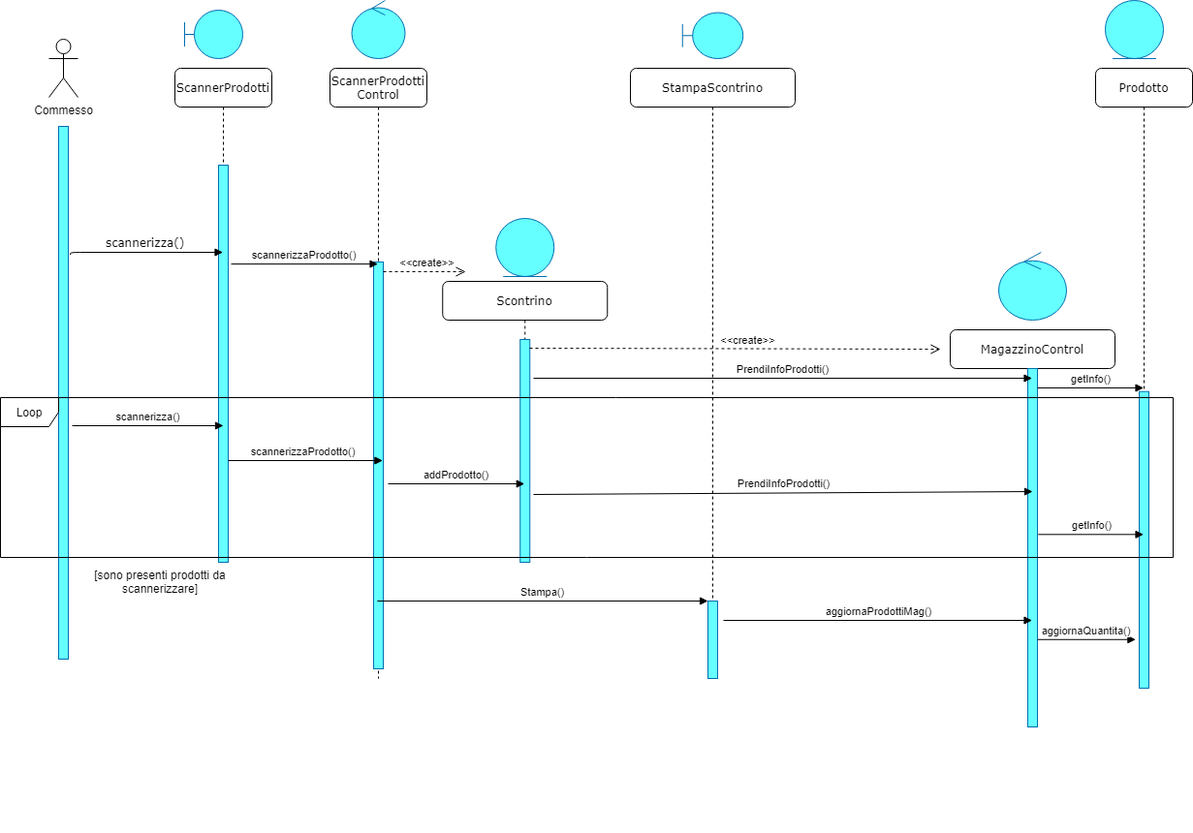
The draw.io diagram Object&SequenceDiagram/SD_1.png in Ciro-Fusco/NewDM, before a commit. Source tidied: cells renumbered, new cells last; positions are measured from the earlier drawing's top-left corner, leaving out a move shared by most shapes.
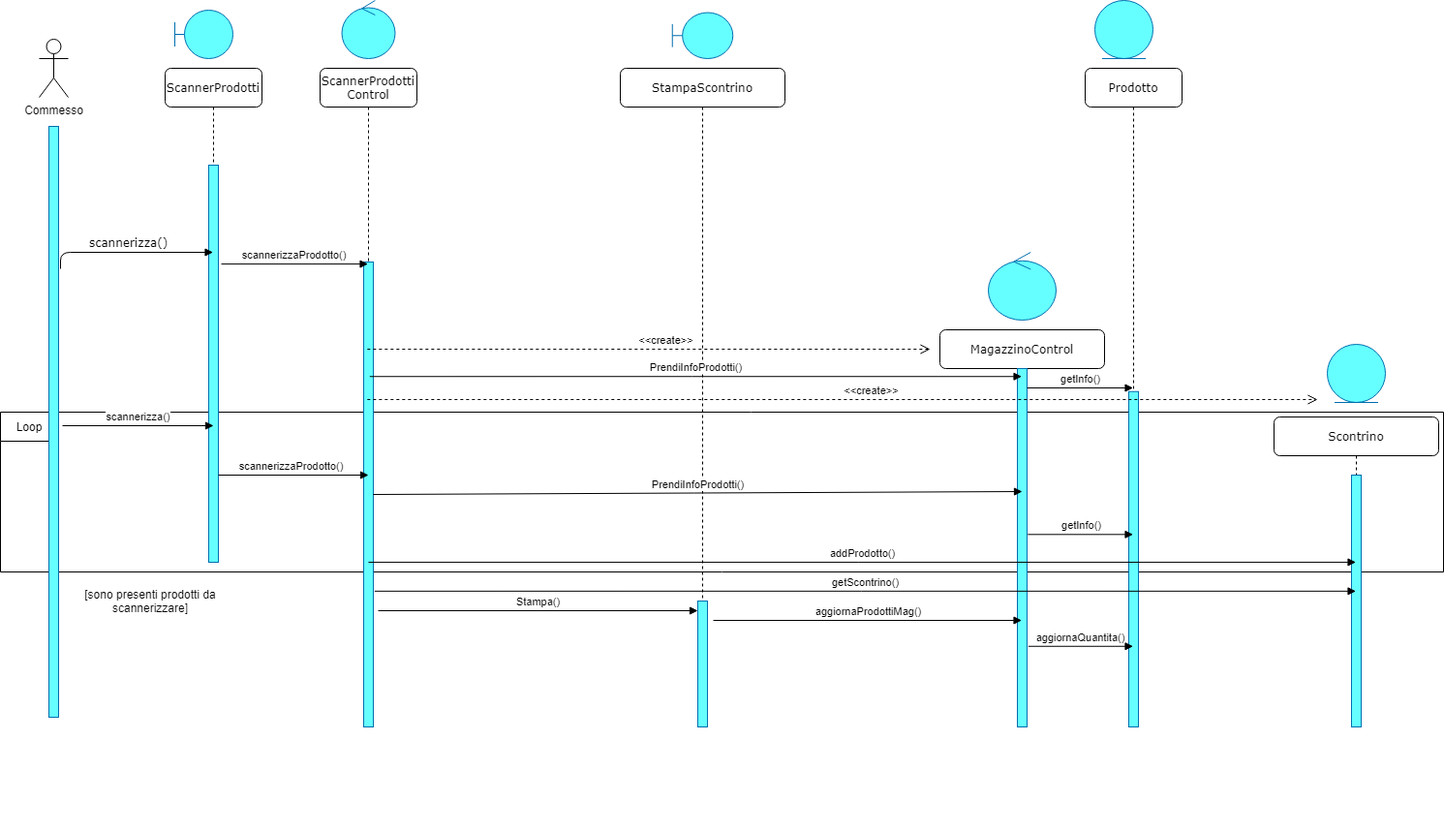
The same file after the commit.

Change to the diagram source:
```diff
@@ -2,6 +2,9 @@
   <root>
     <mxCell id="0" />
     <mxCell id="1" parent="0" />
+    <mxCell id="38" value="Loop" style="shape=umlFrame;whiteSpace=wrap;html=1;" parent="1" vertex="1">
+      <mxGeometry x="10" y="425" width="1490" height="165" as="geometry" />
+    </mxCell>
     <mxCell id="2" value="ScannerProdotti" style="shape=umlLifeline;perimeter=lifelinePerimeter;whiteSpace=wrap;html=1;outlineConnect=0;rounded=1;shadow=0;comic=0;labelBackgroundColor=none;strokeWidth=1;fontFamily=Verdana;fontSize=12;align=center;" parent="1" vertex="1">
       <mxGeometry x="180" y="70" width="100" height="510" as="geometry" />
     </mxCell>
@@ -12,19 +15,14 @@
       <mxGeometry x="50" y="40" width="30" height="60" as="geometry" />
     </mxCell>
     <mxCell id="5" style="html=1;points=[];perimeter=orthogonalPerimeter;rounded=0;shadow=0;comic=0;labelBackgroundColor=none;strokeWidth=1;fontFamily=Verdana;fontSize=12;align=center;strokeColor=#006EAF;fontColor=#ffffff;fillColor=#66FFFF;" parent="1" vertex="1">
-      <mxGeometry x="60" y="130" width="10" height="550" as="geometry" />
+      <mxGeometry x="60" y="130" width="10" height="610" as="geometry" />
     </mxCell>
     <mxCell id="6" value="ScannerProdotti&lt;br&gt;Control" style="shape=umlLifeline;perimeter=lifelinePerimeter;whiteSpace=wrap;html=1;outlineConnect=0;rounded=1;shadow=0;comic=0;labelBackgroundColor=none;strokeWidth=1;fontFamily=Verdana;fontSize=12;align=center;" parent="1" vertex="1">
-      <mxGeometry x="340" y="70" width="100" height="630" as="geometry" />
+      <mxGeometry x="340" y="70" width="100" height="680" as="geometry" />
     </mxCell>
     <mxCell id="7" style="html=1;points=[];perimeter=orthogonalPerimeter;rounded=0;shadow=0;comic=0;labelBackgroundColor=none;strokeWidth=1;fontFamily=Verdana;fontSize=12;align=center;strokeColor=#006EAF;fontColor=#ffffff;fillColor=#66FFFF;" parent="6" vertex="1">
-      <mxGeometry x="45" y="200" width="10" height="420" as="geometry" />
+      <mxGeometry x="45" y="200" width="10" height="480" as="geometry" />
     </mxCell>
-    <mxCell id="8" value="&amp;lt;&amp;lt;create&amp;gt;&amp;gt;" style="html=1;verticalAlign=bottom;endArrow=open;dashed=1;endSize=8;strokeColor=#000000;" parent="6" edge="1" source="7">
-      <mxGeometry x="0.06" relative="1" as="geometry">
-        <mxPoint x="140" y="210" as="targetPoint" />
-      </mxGeometry>
-    </mxCell>
     <mxCell id="9" value="scannerizza()" style="html=1;verticalAlign=bottom;endArrow=block;labelBackgroundColor=none;fontFamily=Verdana;fontSize=12;edgeStyle=elbowEdgeStyle;elbow=vertical;exitX=1.2;exitY=0.241;exitDx=0;exitDy=0;exitPerimeter=0;" parent="1" edge="1" source="5" target="2">
       <mxGeometry relative="1" as="geometry">
         <Array as="points">
@@ -36,24 +34,21 @@
       <mxGeometry relative="1" as="geometry" />
     </mxCell>
     <mxCell id="11" value="Scontrino" style="shape=umlLifeline;perimeter=lifelinePerimeter;whiteSpace=wrap;html=1;outlineConnect=0;rounded=1;shadow=0;comic=0;labelBackgroundColor=none;strokeWidth=1;fontFamily=Verdana;fontSize=12;align=center;" parent="1" vertex="1">
-      <mxGeometry x="456.2" y="290" width="170" height="290" as="geometry" />
+      <mxGeometry x="1325" y="430" width="170" height="320" as="geometry" />
     </mxCell>
     <mxCell id="12" style="html=1;points=[];perimeter=orthogonalPerimeter;rounded=0;shadow=0;comic=0;labelBackgroundColor=none;strokeWidth=1;fontFamily=Verdana;fontSize=12;align=center;strokeColor=#006EAF;fontColor=#ffffff;fillColor=#66FFFF;" parent="11" vertex="1">
-      <mxGeometry x="80" y="60" width="10" height="230" as="geometry" />
+      <mxGeometry x="80" y="60" width="10" height="260" as="geometry" />
     </mxCell>
-    <mxCell id="13" value="scannerizzaProdotto()" style="html=1;verticalAlign=bottom;endArrow=block;entryX=0.326;entryY=0.394;entryDx=0;entryDy=0;entryPerimeter=0;" parent="1" edge="1" source="3" target="38">
-      <mxGeometry x="-0.03" relative="1" as="geometry" />
+    <mxCell id="13" value="scannerizzaProdotto()" style="html=1;verticalAlign=bottom;endArrow=block;" parent="1" edge="1" source="3">
+      <mxGeometry x="-0.03" relative="1" as="geometry">
+        <mxPoint x="390" y="490" as="targetPoint" />
+      </mxGeometry>
     </mxCell>
-    <mxCell id="14" value="addProdotto()" style="html=1;verticalAlign=bottom;endArrow=block;" parent="1" edge="1" target="11">
-      <mxGeometry relative="1" as="geometry">
-        <mxPoint x="400" y="499" as="sourcePoint" />
-      </mxGeometry>
-    </mxCell>
     <mxCell id="15" value="StampaScontrino" style="shape=umlLifeline;perimeter=lifelinePerimeter;whiteSpace=wrap;html=1;rounded=1;shadow=0;comic=0;labelBackgroundColor=none;strokeWidth=1;fontFamily=Verdana;fontSize=12;align=center;" parent="1" vertex="1">
-      <mxGeometry x="650" y="70" width="170" height="630" as="geometry" />
+      <mxGeometry x="650" y="70" width="170" height="680" as="geometry" />
     </mxCell>
     <mxCell id="16" style="html=1;points=[];perimeter=orthogonalPerimeter;rounded=0;shadow=0;comic=0;labelBackgroundColor=none;strokeWidth=1;fontFamily=Verdana;fontSize=12;align=center;strokeColor=#006EAF;fontColor=#ffffff;fillColor=#66FFFF;" parent="15" vertex="1">
-      <mxGeometry x="80" y="550" width="10" height="80" as="geometry" />
+      <mxGeometry x="80" y="550" width="10" height="130" as="geometry" />
     </mxCell>
     <mxCell id="17" style="edgeStyle=orthogonalEdgeStyle;rounded=0;orthogonalLoop=1;jettySize=auto;html=1;exitX=0.5;exitY=1;exitDx=0;exitDy=0;" parent="1" edge="1">
       <mxGeometry relative="1" as="geometry">
@@ -85,21 +80,19 @@
       <mxGeometry x="362.5" width="55" height="60" as="geometry" />
     </mxCell>
     <mxCell id="24" style="ellipse;shape=umlEntity;whiteSpace=wrap;html=1;strokeColor=#006EAF;fontColor=#ffffff;fillColor=#66FFFF;" parent="1" vertex="1">
-      <mxGeometry x="511.2" y="225" width="60" height="60" as="geometry" />
+      <mxGeometry x="1380" y="355" width="60" height="60" as="geometry" />
     </mxCell>
     <mxCell id="25" style="ellipse;shape=umlControl;whiteSpace=wrap;html=1;strokeColor=#006EAF;fontColor=#ffffff;fillColor=#66FFFF;" parent="1" vertex="1">
       <mxGeometry x="1030" y="260" width="70" height="70" as="geometry" />
     </mxCell>
-    <mxCell id="26" value="PrendiInfoProdotti()" style="html=1;verticalAlign=bottom;endArrow=block;" parent="1" edge="1" target="19">
-      <mxGeometry relative="1" as="geometry">
-        <mxPoint x="550" y="390" as="sourcePoint" />
-      </mxGeometry>
+    <mxCell id="26" value="PrendiInfoProdotti()" style="html=1;verticalAlign=bottom;endArrow=block;exitX=0.513;exitY=0.468;exitDx=0;exitDy=0;exitPerimeter=0;" parent="1" edge="1" source="6" target="19">
+      <mxGeometry relative="1" as="geometry" />
     </mxCell>
     <mxCell id="27" value="Prodotto" style="shape=umlLifeline;perimeter=lifelinePerimeter;whiteSpace=wrap;html=1;outlineConnect=0;rounded=1;shadow=0;comic=0;labelBackgroundColor=none;strokeWidth=1;fontFamily=Verdana;fontSize=12;align=center;" parent="1" vertex="1">
-      <mxGeometry x="1130" y="70" width="100" height="640" as="geometry" />
+      <mxGeometry x="1130" y="70" width="100" height="680" as="geometry" />
     </mxCell>
     <mxCell id="28" style="html=1;points=[];perimeter=orthogonalPerimeter;rounded=0;shadow=0;comic=0;labelBackgroundColor=none;strokeWidth=1;fontFamily=Verdana;fontSize=12;align=center;strokeColor=#006EAF;fontColor=#ffffff;fillColor=#66FFFF;" parent="27" vertex="1">
-      <mxGeometry x="45" y="333.8" width="10" height="306.2" as="geometry" />
+      <mxGeometry x="45" y="333.8" width="10" height="346.2" as="geometry" />
     </mxCell>
     <mxCell id="29" style="ellipse;shape=umlEntity;whiteSpace=wrap;html=1;strokeColor=#006EAF;fontColor=#ffffff;fillColor=#66FFFF;" parent="1" vertex="1">
       <mxGeometry x="1140" width="60" height="60" as="geometry" />
@@ -109,9 +102,8 @@
         <mxPoint x="1070" y="400" as="sourcePoint" />
       </mxGeometry>
     </mxCell>
-    <mxCell id="31" value="PrendiInfoProdotti()" style="html=1;verticalAlign=bottom;endArrow=block;" parent="1" edge="1">
+    <mxCell id="31" value="PrendiInfoProdotti()" style="html=1;verticalAlign=bottom;endArrow=block;exitX=0.967;exitY=0.5;exitDx=0;exitDy=0;exitPerimeter=0;" parent="1" edge="1" source="7">
       <mxGeometry relative="1" as="geometry">
-        <mxPoint x="550" y="510" as="sourcePoint" />
         <mxPoint x="1065" y="507" as="targetPoint" />
       </mxGeometry>
     </mxCell>
@@ -119,7 +111,7 @@
       <mxGeometry relative="1" as="geometry" />
     </mxCell>
     <mxCell id="33" value="[sono presenti prodotti da scannerizzare]" style="text;html=1;strokeColor=none;fillColor=none;align=center;verticalAlign=middle;whiteSpace=wrap;rounded=0;" parent="1" vertex="1">
-      <mxGeometry x="80" y="590" width="170" height="20" as="geometry" />
+      <mxGeometry x="80" y="610" width="170" height="20" as="geometry" />
     </mxCell>
     <mxCell id="34" style="edgeStyle=orthogonalEdgeStyle;rounded=0;orthogonalLoop=1;jettySize=auto;html=1;exitX=0.5;exitY=1;exitDx=0;exitDy=0;" parent="1" edge="1" source="33" target="33">
       <mxGeometry relative="1" as="geometry" />
@@ -127,19 +119,29 @@
     <mxCell id="35" style="shape=umlBoundary;whiteSpace=wrap;html=1;strokeColor=#006EAF;fontColor=#ffffff;fillColor=#66FFFF;" parent="1" vertex="1">
       <mxGeometry x="703.8" y="12.5" width="62.5" height="47.5" as="geometry" />
     </mxCell>
-    <mxCell id="36" value="Stampa()" style="html=1;verticalAlign=bottom;endArrow=block;" parent="1" edge="1" source="6" target="16">
-      <mxGeometry relative="1" as="geometry" />
+    <mxCell id="36" value="Stampa()" style="html=1;verticalAlign=bottom;endArrow=block;" parent="1" edge="1" target="16">
+      <mxGeometry relative="1" as="geometry">
+        <mxPoint x="400" y="630" as="sourcePoint" />
+      </mxGeometry>
     </mxCell>
-    <mxCell id="37" value="aggiornaQuantita()" style="html=1;verticalAlign=bottom;endArrow=block;entryX=-0.357;entryY=0.836;entryDx=0;entryDy=0;entryPerimeter=0;" parent="1" edge="1" source="20" target="28">
+    <mxCell id="37" value="aggiornaQuantita()" style="html=1;verticalAlign=bottom;endArrow=block;exitX=1.133;exitY=0.775;exitDx=0;exitDy=0;exitPerimeter=0;" parent="1" edge="1" source="20" target="27">
       <mxGeometry relative="1" as="geometry" />
     </mxCell>
-    <mxCell id="38" value="Loop" style="shape=umlFrame;whiteSpace=wrap;html=1;" parent="1" vertex="1">
-      <mxGeometry y="410" width="1210" height="165" as="geometry" />
-    </mxCell>
-    <mxCell id="39" value="&amp;lt;&amp;lt;create&amp;gt;&amp;gt;" style="html=1;verticalAlign=bottom;endArrow=open;dashed=1;endSize=8;strokeColor=#000000;exitX=0.975;exitY=0.039;exitDx=0;exitDy=0;exitPerimeter=0;" parent="1" edge="1" source="12">
+    <mxCell id="39" value="&amp;lt;&amp;lt;create&amp;gt;&amp;gt;" style="html=1;verticalAlign=bottom;endArrow=open;dashed=1;endSize=8;strokeColor=#000000;" parent="1" edge="1" source="6">
       <mxGeometry x="0.06" relative="1" as="geometry">
         <mxPoint x="970" y="360" as="targetPoint" />
       </mxGeometry>
     </mxCell>
+    <mxCell id="8" value="&amp;lt;&amp;lt;create&amp;gt;&amp;gt;" style="html=1;verticalAlign=bottom;endArrow=open;dashed=1;endSize=8;strokeColor=#000000;" parent="1" edge="1" source="6">
+      <mxGeometry x="0.06" relative="1" as="geometry">
+        <mxPoint x="1370" y="412" as="targetPoint" />
+      </mxGeometry>
+    </mxCell>
+    <mxCell id="14" value="addProdotto()" style="html=1;verticalAlign=bottom;endArrow=block;exitX=0.255;exitY=0.939;exitDx=0;exitDy=0;exitPerimeter=0;" parent="1" edge="1" source="38" target="11">
+      <mxGeometry relative="1" as="geometry" />
+    </mxCell>
+    <mxCell id="40" value="getScontrino()" style="html=1;verticalAlign=bottom;endArrow=block;exitX=1.133;exitY=0.708;exitDx=0;exitDy=0;exitPerimeter=0;" parent="1" edge="1" source="7" target="11">
+      <mxGeometry relative="1" as="geometry" />
+    </mxCell>
   </root>
 </mxGraphModel>
```
